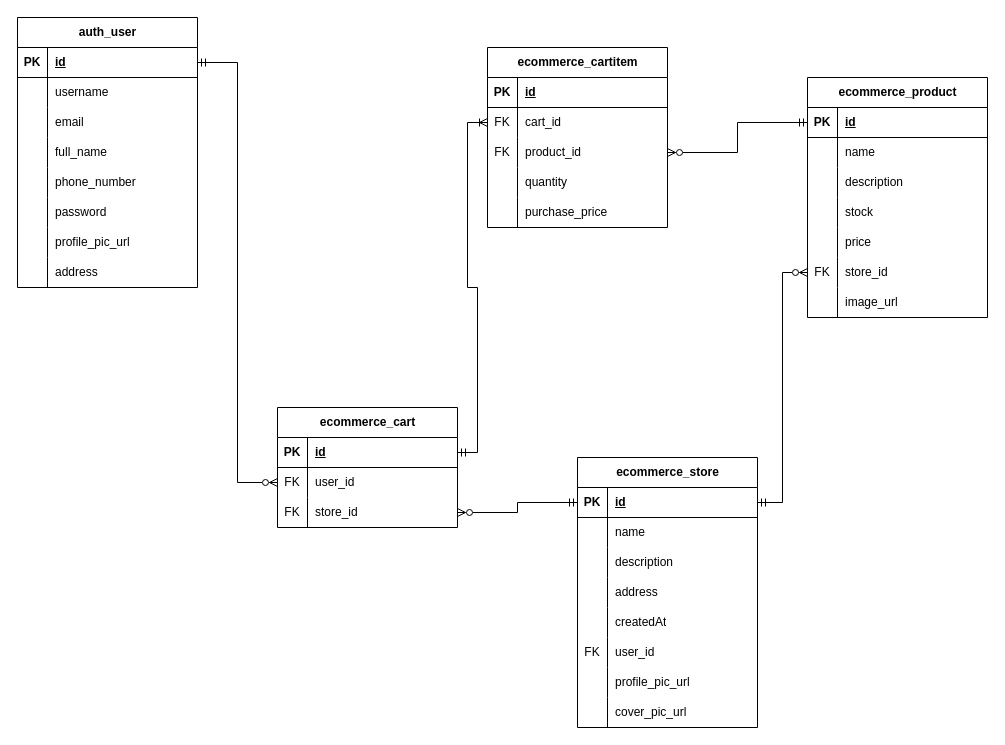
RHILIUS/drawio keeps this draw.io diagram as page "Add products to cart" (2 of 3) of E-Commerce API ERD.drawio. Above is the earlier version. Source tidied: cells renumbered, new cells numbered last; positions are measured from the earlier drawing's top-left corner, leaving out a move shared by most shapes. Both pictures are drawn from the tidied source at 100%, with x=0, y=0 at pixel (17, 17).
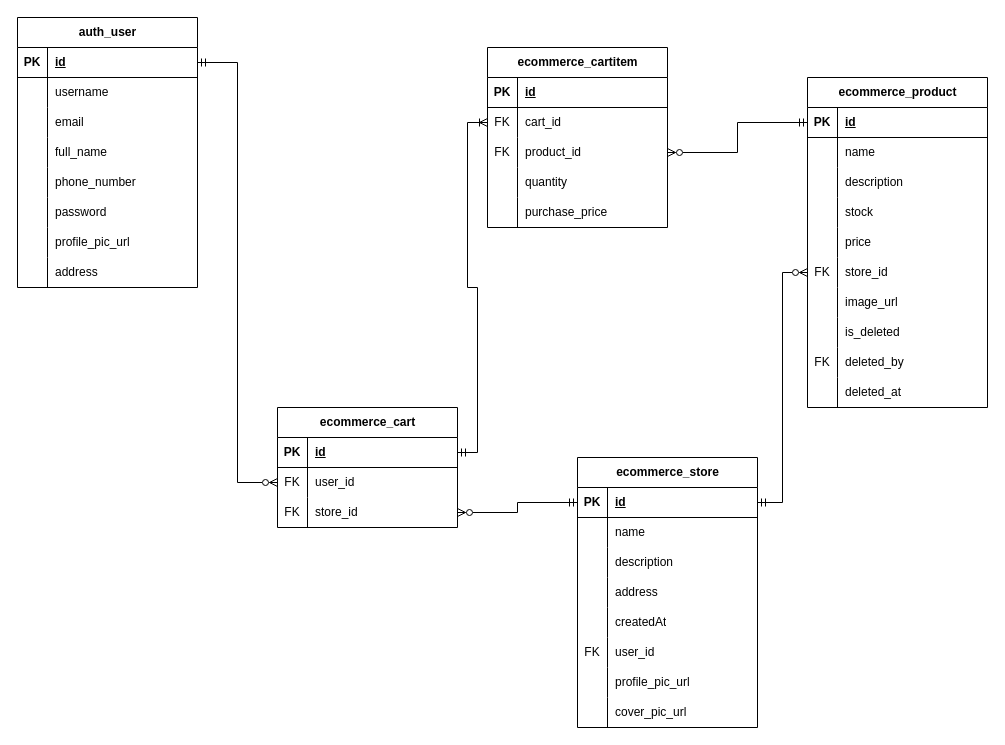
The same diagram, later.

Diff of the diagram source:
```diff
@@
     <mxCell id="12" value="ecommerce_product" style="shape=table;startSize=30;childLayout=tableLayout;rowLines=0;fontStyle=1;align=center;html=1;" parent="1" vertex="1">
-      <mxGeometry x="790" y="60" width="180" height="240" as="geometry" />
+      <mxGeometry x="790" y="60" width="180" height="330" as="geometry" />
     </mxCell>
@@
+    <mxCell id="105" style="shape=tableRow;horizontal=0;startSize=0;swimlaneHead=0;swimlaneBody=0;fillColor=none;top=0;left=0;right=0;bottom=0;" parent="12" vertex="1">
+      <mxGeometry y="240" width="180" height="30" as="geometry" />
+    </mxCell>
+    <mxCell id="106" style="shape=partialRectangle;fillColor=none;top=0;left=0;bottom=0;right=0;overflow=hidden;whiteSpace=wrap;html=1;" parent="105" vertex="1">
+      <mxGeometry width="30" height="30" as="geometry" />
+    </mxCell>
+    <mxCell id="107" value="is_deleted" style="shape=partialRectangle;fillColor=none;top=0;left=0;bottom=0;right=0;align=left;spacingLeft=6;overflow=hidden;whiteSpace=wrap;html=1;" parent="105" vertex="1">
+      <mxGeometry x="30" width="150" height="30" as="geometry" />
+    </mxCell>
+    <mxCell id="108" style="shape=tableRow;horizontal=0;startSize=0;swimlaneHead=0;swimlaneBody=0;fillColor=none;top=0;left=0;right=0;bottom=0;" parent="12" vertex="1">
+      <mxGeometry y="270" width="180" height="30" as="geometry" />
+    </mxCell>
+    <mxCell id="109" value="FK" style="shape=partialRectangle;fillColor=none;top=0;left=0;bottom=0;right=0;overflow=hidden;whiteSpace=wrap;html=1;" parent="108" vertex="1">
+      <mxGeometry width="30" height="30" as="geometry" />
+    </mxCell>
+    <mxCell id="110" value="deleted_by" style="shape=partialRectangle;fillColor=none;top=0;left=0;bottom=0;right=0;align=left;spacingLeft=6;overflow=hidden;whiteSpace=wrap;html=1;" parent="108" vertex="1">
+      <mxGeometry x="30" width="150" height="30" as="geometry" />
+    </mxCell>
+    <mxCell id="111" style="shape=tableRow;horizontal=0;startSize=0;swimlaneHead=0;swimlaneBody=0;fillColor=none;top=0;left=0;right=0;bottom=0;" parent="12" vertex="1">
+      <mxGeometry y="300" width="180" height="30" as="geometry" />
+    </mxCell>
+    <mxCell id="112" style="shape=partialRectangle;fillColor=none;top=0;left=0;bottom=0;right=0;overflow=hidden;whiteSpace=wrap;html=1;" parent="111" vertex="1">
+      <mxGeometry width="30" height="30" as="geometry" />
+    </mxCell>
+    <mxCell id="113" value="deleted_at" style="shape=partialRectangle;fillColor=none;top=0;left=0;bottom=0;right=0;align=left;spacingLeft=6;overflow=hidden;whiteSpace=wrap;html=1;" parent="111" vertex="1">
+      <mxGeometry x="30" width="150" height="30" as="geometry" />
+    </mxCell>
```
